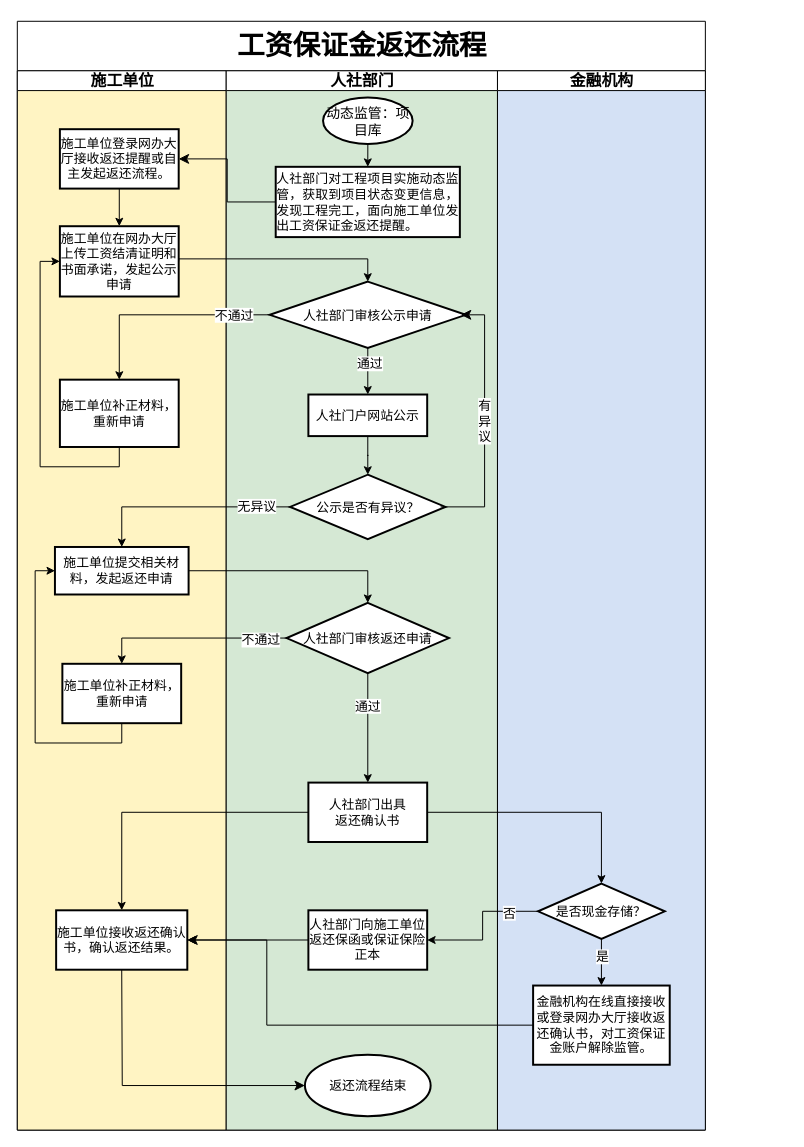
The draw.io diagram page "工资保证金返还流程" (4 of 4) of 农民工工资保证金-第二版.drawio in coderjbin/drawio, before the edit. Source tidied: cells renumbered, new cells numbered last; positions are measured from the earlier drawing's top-left corner, leaving out a move shared by most shapes. Both pictures are drawn from the tidied source at 99%, with x=0, y=0 at pixel (17, 21).
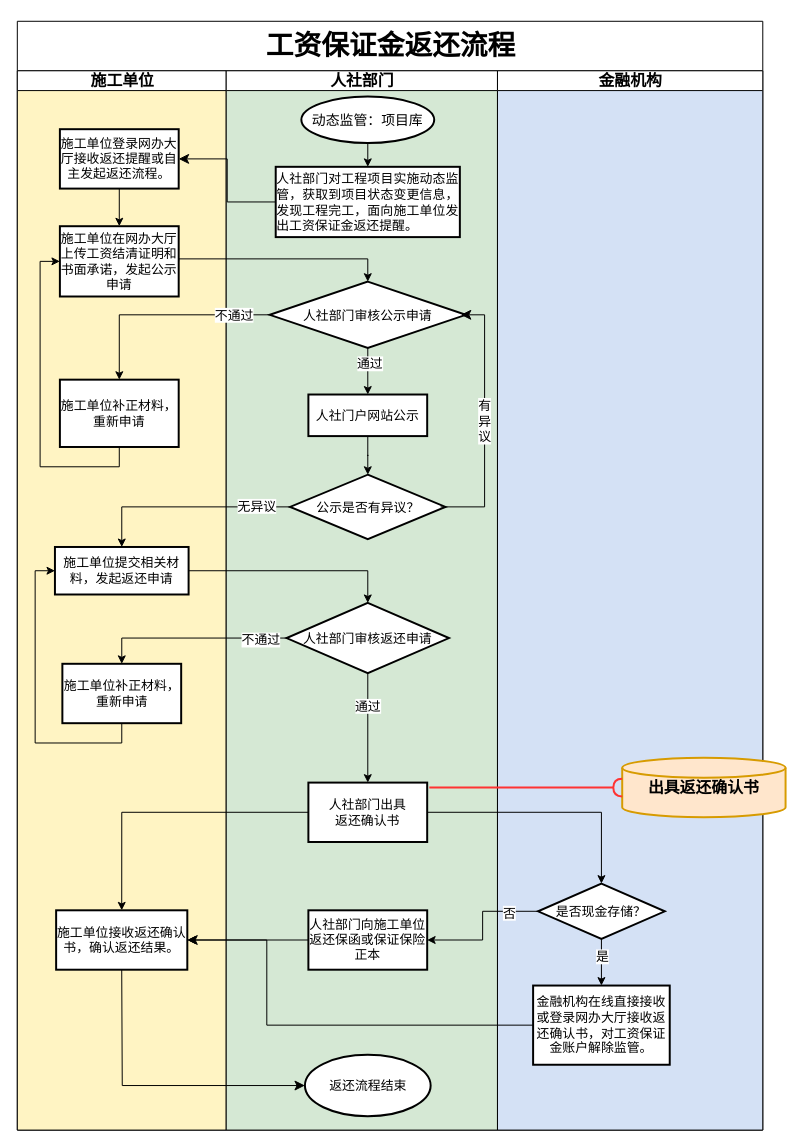
Above is the later version.

The change refers to these unchanged cells:
```xml
<mxCell id="13" value="人社部门" style="swimlane;startSize=20;html=1;swimlaneFillColor=#D5E8D4;fontSize=16;" parent="2" vertex="1">
  <mxGeometry x="211" y="50" width="274" height="1070" as="geometry" />
</mxCell>
<mxCell id="23" value="人社部门出具&lt;div&gt;返还确认书&lt;/div&gt;" style="whiteSpace=wrap;html=1;strokeWidth=2;fontSize=13;" parent="13" vertex="1">
  <mxGeometry x="83" y="719" width="120" height="60" as="geometry" />
</mxCell>
```

What changed in the source:
```diff
@@
     <mxCell id="2" value="&lt;p style=&quot;text-align:left;&quot; class=&quot;MsoNormal&quot;&gt;&lt;b&gt;&lt;span style=&quot;font-family: 方正仿宋_GB2312;&quot;&gt;&lt;font style=&quot;font-size: 28px;&quot;&gt;工资保证金返还流程&lt;/font&gt;&lt;/span&gt;&lt;/b&gt;&lt;b&gt;&lt;span style=&quot;font-family: 方正仿宋_GB2312; font-size: 14pt;&quot;&gt;&lt;/span&gt;&lt;/b&gt;&lt;/p&gt;" style="swimlane;startSize=50;html=1;" parent="1" vertex="1">
-      <mxGeometry width="695" height="1120" as="geometry" />
+      <mxGeometry width="753" height="1120" as="geometry" />
     </mxCell>
@@
     <mxCell id="26" value="&lt;span style=&quot;font-size: 14px;&quot;&gt;动态监管：项目库&lt;/span&gt;" style="strokeWidth=2;html=1;shape=mxgraph.flowchart.start_2;whiteSpace=wrap;fontSize=13;" parent="13" vertex="1">
-      <mxGeometry x="97.8" y="27" width="90.5" height="47" as="geometry" />
+      <mxGeometry x="75.9" y="26" width="134.2" height="47" as="geometry" />
     </mxCell>
@@
     <mxCell id="30" value="金融机构" style="swimlane;startSize=20;html=1;swimlaneFillColor=#D4E1F5;fontSize=16;" parent="2" vertex="1">
-      <mxGeometry x="485" y="50" width="210" height="1070" as="geometry" />
+      <mxGeometry x="485" y="50" width="268" height="1070" as="geometry" />
     </mxCell>
@@
+    <mxCell id="51" value="&lt;b style=&quot;&quot;&gt;&lt;font style=&quot;font-size: 16px;&quot;&gt;出具返还确认书&lt;/font&gt;&lt;/b&gt;" style="strokeWidth=2;html=1;shape=mxgraph.flowchart.database;whiteSpace=wrap;fillColor=#ffe6cc;strokeColor=#d79b00;" parent="30" vertex="1">
+      <mxGeometry x="126" y="694" width="165" height="60" as="geometry" />
+    </mxCell>
@@
+    <mxCell id="52" style="rounded=0;jettySize=auto;html=1;endArrow=halfCircle;endFill=0;endSize=6;strokeWidth=2;sketch=0;fontSize=12;curved=1;exitX=1.018;exitY=0.083;exitDx=0;exitDy=0;entryX=0;entryY=0.5;entryDx=0;entryDy=0;entryPerimeter=0;exitPerimeter=0;strokeColor=#FF3333;" parent="2" edge="1" source="23" target="51">
+      <mxGeometry relative="1" as="geometry" />
+    </mxCell>
```
